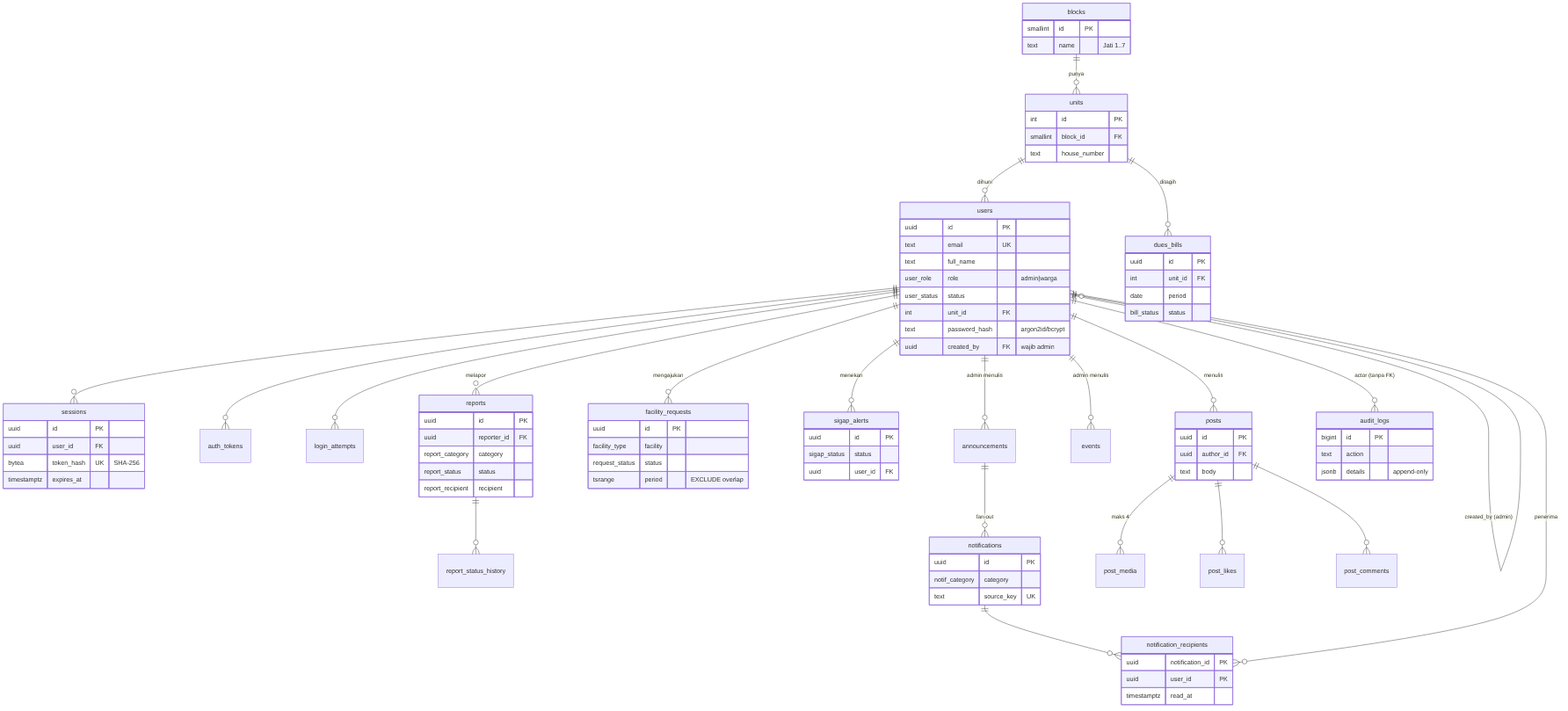
Earlier version of the Mermaid export complex_db_DRAFT/docs/erd.png (ardanpy/COMPLEX-WEB---Proyek-TI). Its source is kept beside it as complex_db_DRAFT/docs/erd.mmd. Its diagram source:
```mermaid
erDiagram
  blocks ||--o{ units : "punya"
  units  ||--o{ users : "dihuni"
  users  ||--o{ users : "created_by (admin)"
  users  ||--o{ sessions : ""
  users  ||--o{ auth_tokens : ""
  users  ||--o{ login_attempts : ""
  users  ||--o{ reports : "melapor"
  reports ||--o{ report_status_history : ""
  users  ||--o{ facility_requests : "mengajukan"
  users  ||--o{ sigap_alerts : "menekan"
  units  ||--o{ dues_bills : "ditagih"
  users  ||--o{ announcements : "admin menulis"
  users  ||--o{ events : "admin menulis"
  announcements ||--o{ notifications : "fan-out"
  notifications ||--o{ notification_recipients : ""
  users  ||--o{ notification_recipients : "penerima"
  users  ||--o{ posts : "menulis"
  posts  ||--o{ post_media : "maks 4"
  posts  ||--o{ post_likes : ""
  posts  ||--o{ post_comments : ""
  users  ||--o{ audit_logs : "actor (tanpa FK)"

  users { uuid id PK
    text email UK
    text full_name
    user_role role "admin|warga"
    user_status status
    int unit_id FK
    text password_hash "argon2id/bcrypt"
    uuid created_by FK "wajib admin" }
  units { int id PK
    smallint block_id FK
    text house_number }
  blocks { smallint id PK
    text name "Jati 1..7" }
  sessions { uuid id PK
    uuid user_id FK
    bytea token_hash UK "SHA-256"
    timestamptz expires_at }
  reports { uuid id PK
    uuid reporter_id FK
    report_category category
    report_status status
    report_recipient recipient }
  facility_requests { uuid id PK
    facility_type facility
    request_status status
    tsrange period "EXCLUDE overlap" }
  sigap_alerts { uuid id PK
    sigap_status status
    uuid user_id FK }
  dues_bills { uuid id PK
    int unit_id FK
    date period
    bill_status status }
  notifications { uuid id PK
    notif_category category
    text source_key UK }
  notification_recipients { uuid notification_id PK
    uuid user_id PK
    timestamptz read_at }
  posts { uuid id PK
    uuid author_id FK
    text body }
  audit_logs { bigint id PK
    text action
    jsonb details "append-only" }
```
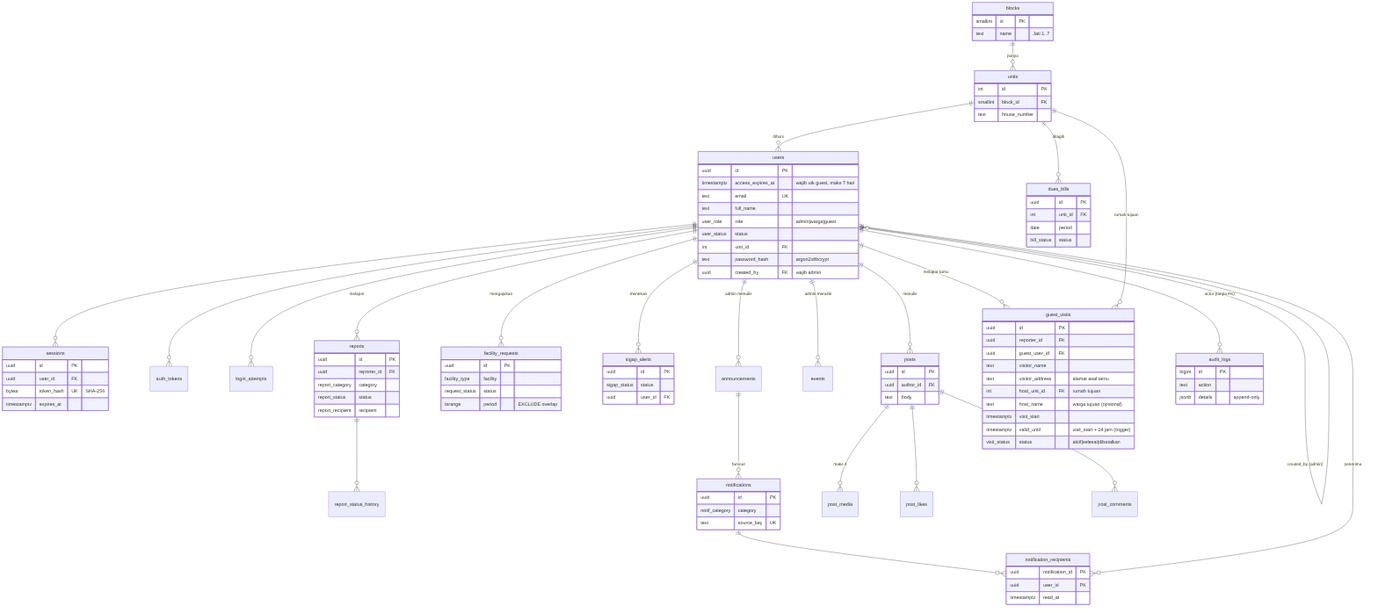
The same diagram one commit later.

Change to the diagram source:
```diff
@@ -16,15 +16,18 @@
   notifications ||--o{ notification_recipients : ""
   users  ||--o{ notification_recipients : "penerima"
   users  ||--o{ posts : "menulis"
+  users  ||--o{ guest_visits : "melapor tamu"
+  units  ||--o{ guest_visits : "rumah tujuan"
   posts  ||--o{ post_media : "maks 4"
   posts  ||--o{ post_likes : ""
   posts  ||--o{ post_comments : ""
   users  ||--o{ audit_logs : "actor (tanpa FK)"
 
   users { uuid id PK
+    timestamptz access_expires_at "wajib utk guest, maks 7 hari"
     text email UK
     text full_name
-    user_role role "admin|warga"
+    user_role role "admin|warga|guest"
     user_status status
     int unit_id FK
     text password_hash "argon2id/bcrypt"
@@ -66,3 +69,15 @@
   audit_logs { bigint id PK
     text action
     jsonb details "append-only" }
+
+  guest_visits { uuid id PK
+    uuid reporter_id FK
+    uuid guest_user_id FK
+    text visitor_name
+    text visitor_address "alamat asal tamu"
+    int host_unit_id FK "rumah tujuan"
+    text host_name "warga tujuan (opsional)"
+    timestamptz visit_start
+    timestamptz valid_until "visit_start + 24 jam (trigger)"
+    visit_status status "aktif|selesai|dibatalkan"
+  }
```
